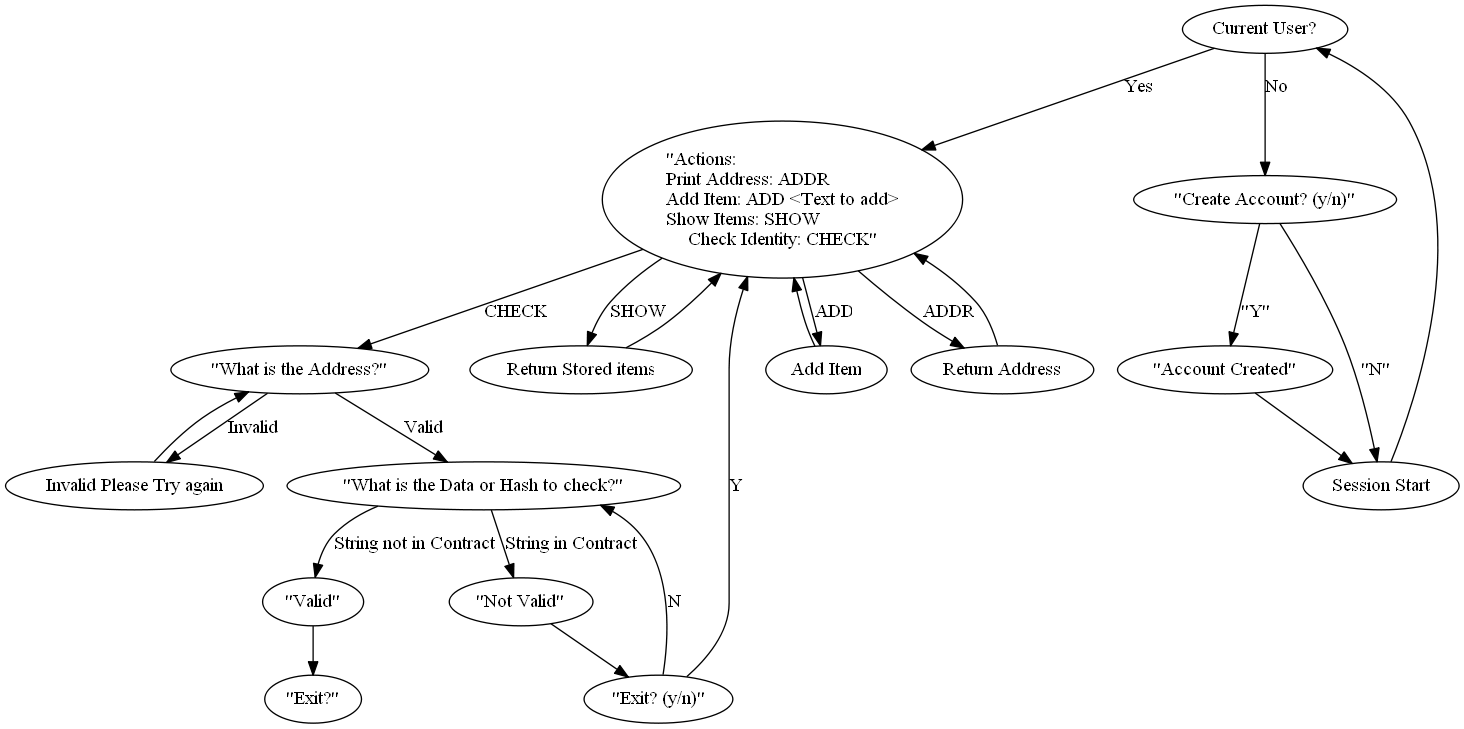
Earlier version of the Graphviz export Server/images/Flow-Control.png (LiteID/LiteID-SimApp). Its source is kept beside it as Server/images/Flow-Control.dot.
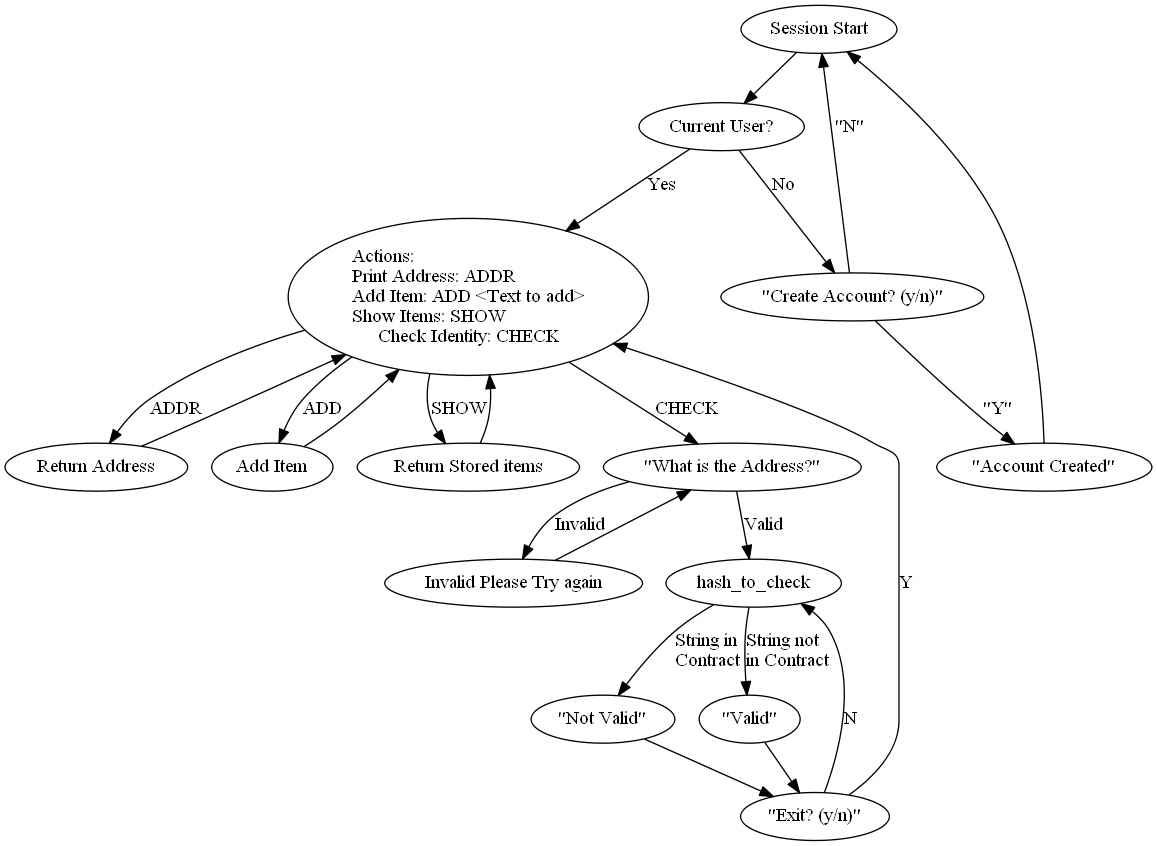
The same file after the commit.

Commit message:
Re structured state diagram to corospond directly with server

Change to the diagram source:
```diff
@@ -1,25 +1,39 @@
 digraph finite_state_machine {
-    Actions [label="\"Actions: \lPrint Address: ADDR\lAdd Item: ADD <Text to add>\lShow Items: SHOW\lCheck Identity: CHECK\""];
-    "Session Start" -> "Current User?"
-    "Current User?" -> "\"Create Account? (y/n)\"" [label="No"]
-    "\"Create Account? (y/n)\"" -> "Session Start" [label="\"N\""]
-    "\"Create Account? (y/n)\"" -> "\"Account Created\"" [label="\"Y\""]
-    "\"Account Created\"" -> "Session Start"
-    "Current User?" -> Actions [label="Yes"]
-    Actions -> "Return Address" [label="ADDR"]
-    "Return Address" -> Actions
-    Actions -> "Add Item" [label="ADD"]
-    "Add Item" -> Actions
-    Actions -> "Return Stored items" [label="SHOW"]
-    "Return Stored items" -> Actions
-    Actions -> "\"What is the Address?\"" [label="CHECK"]
-    "\"What is the Address?\""-> "Invalid Please Try again" [label="Invalid"]
-    "Invalid Please Try again" -> "\"What is the Address?\""
-    "\"What is the Address?\"" -> "\"What is the Data or Hash to check?\"" [label="Valid"]
-    "\"What is the Data or Hash to check?\"" -> "\"Not Valid\"" [label="String in Contract"]
-    "\"What is the Data or Hash to check?\"" -> "\"Valid\"" [label="String not in Contract"]
-    "\"Valid\"" -> "\"Exit?\""
-    "\"Not Valid\"" -> "\"Exit? (y/n)\""
-    "\"Exit? (y/n)\"" -> Actions [label="Y"]
-    "\"Exit? (y/n)\"" -> "\"What is the Data or Hash to check?\"" [label="N"]
+	Actions [label="Actions: \lPrint Address: ADDR\lAdd Item: ADD <Text to add>\lShow Items: SHOW\lCheck Identity: CHECK"];
+	s_start [label="Session Start"]
+	current_user [label="Current User?"]
+	create_account [label="\"Create Account? (y/n)\""]
+	account_created_conformation [label="\"Account Created\""]
+	show_public_address [label="Return Address"]
+	hash_and_add_item [label="Add Item"]
+	return_stored_items [label="Return Stored items"]
+	what_is_the_address [label="\"What is the Address?\""]
+	invalid_data [label="Invalid Please Try again"]
+	hash_to_check [label=hash_to_check]
+	invalid [label="\"Not Valid\""]
+	valid [label="\"Valid\""]
+	exit_prompt [label="\"Exit? (y/n)\""]
+	account_created_conformation -> s_start
+	Actions -> hash_and_add_item [label="ADD"]
+	Actions -> return_stored_items [label="SHOW"]
+	Actions -> show_public_address [label="ADDR"]
+	Actions -> what_is_the_address [label="CHECK"]
+	create_account -> account_created_conformation [label="\"Y\""]
+	create_account -> s_start [label="\"N\""]
+	current_user -> Actions [label="Yes"]
+	current_user -> create_account [label="No"]
+	exit_prompt -> Actions [label="Y"]
+	exit_prompt -> hash_to_check [label="N"]
+	hash_and_add_item -> Actions
+	hash_to_check -> invalid [label="String in\lContract"]
+	hash_to_check -> valid [label="String not\lin Contract"]
+	invalid -> exit_prompt
+	invalid_data -> what_is_the_address
+	return_stored_items -> Actions
+	s_start -> Actions [style=invis]
+	s_start -> current_user
+	show_public_address -> Actions
+	valid -> exit_prompt
+	what_is_the_address -> hash_to_check [label="Valid"]
+	what_is_the_address-> invalid_data [label="Invalid"]
 }
```
